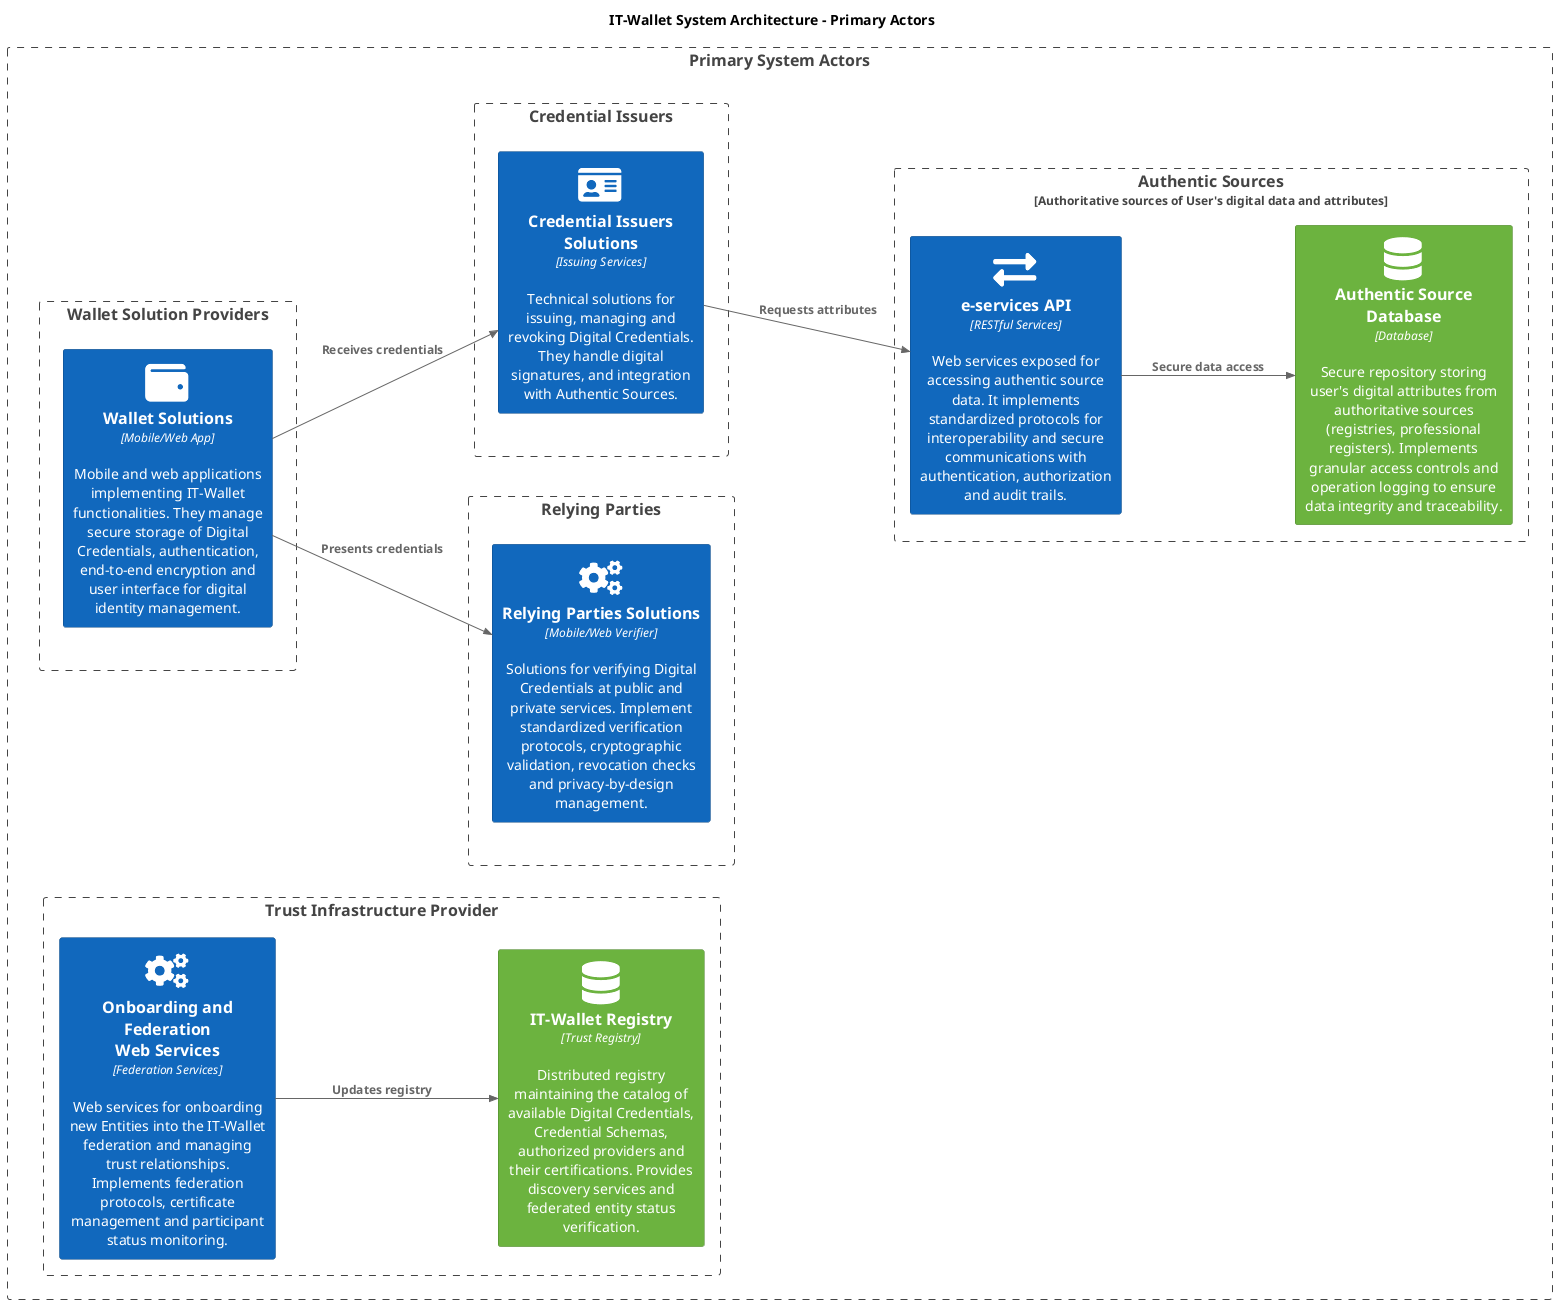
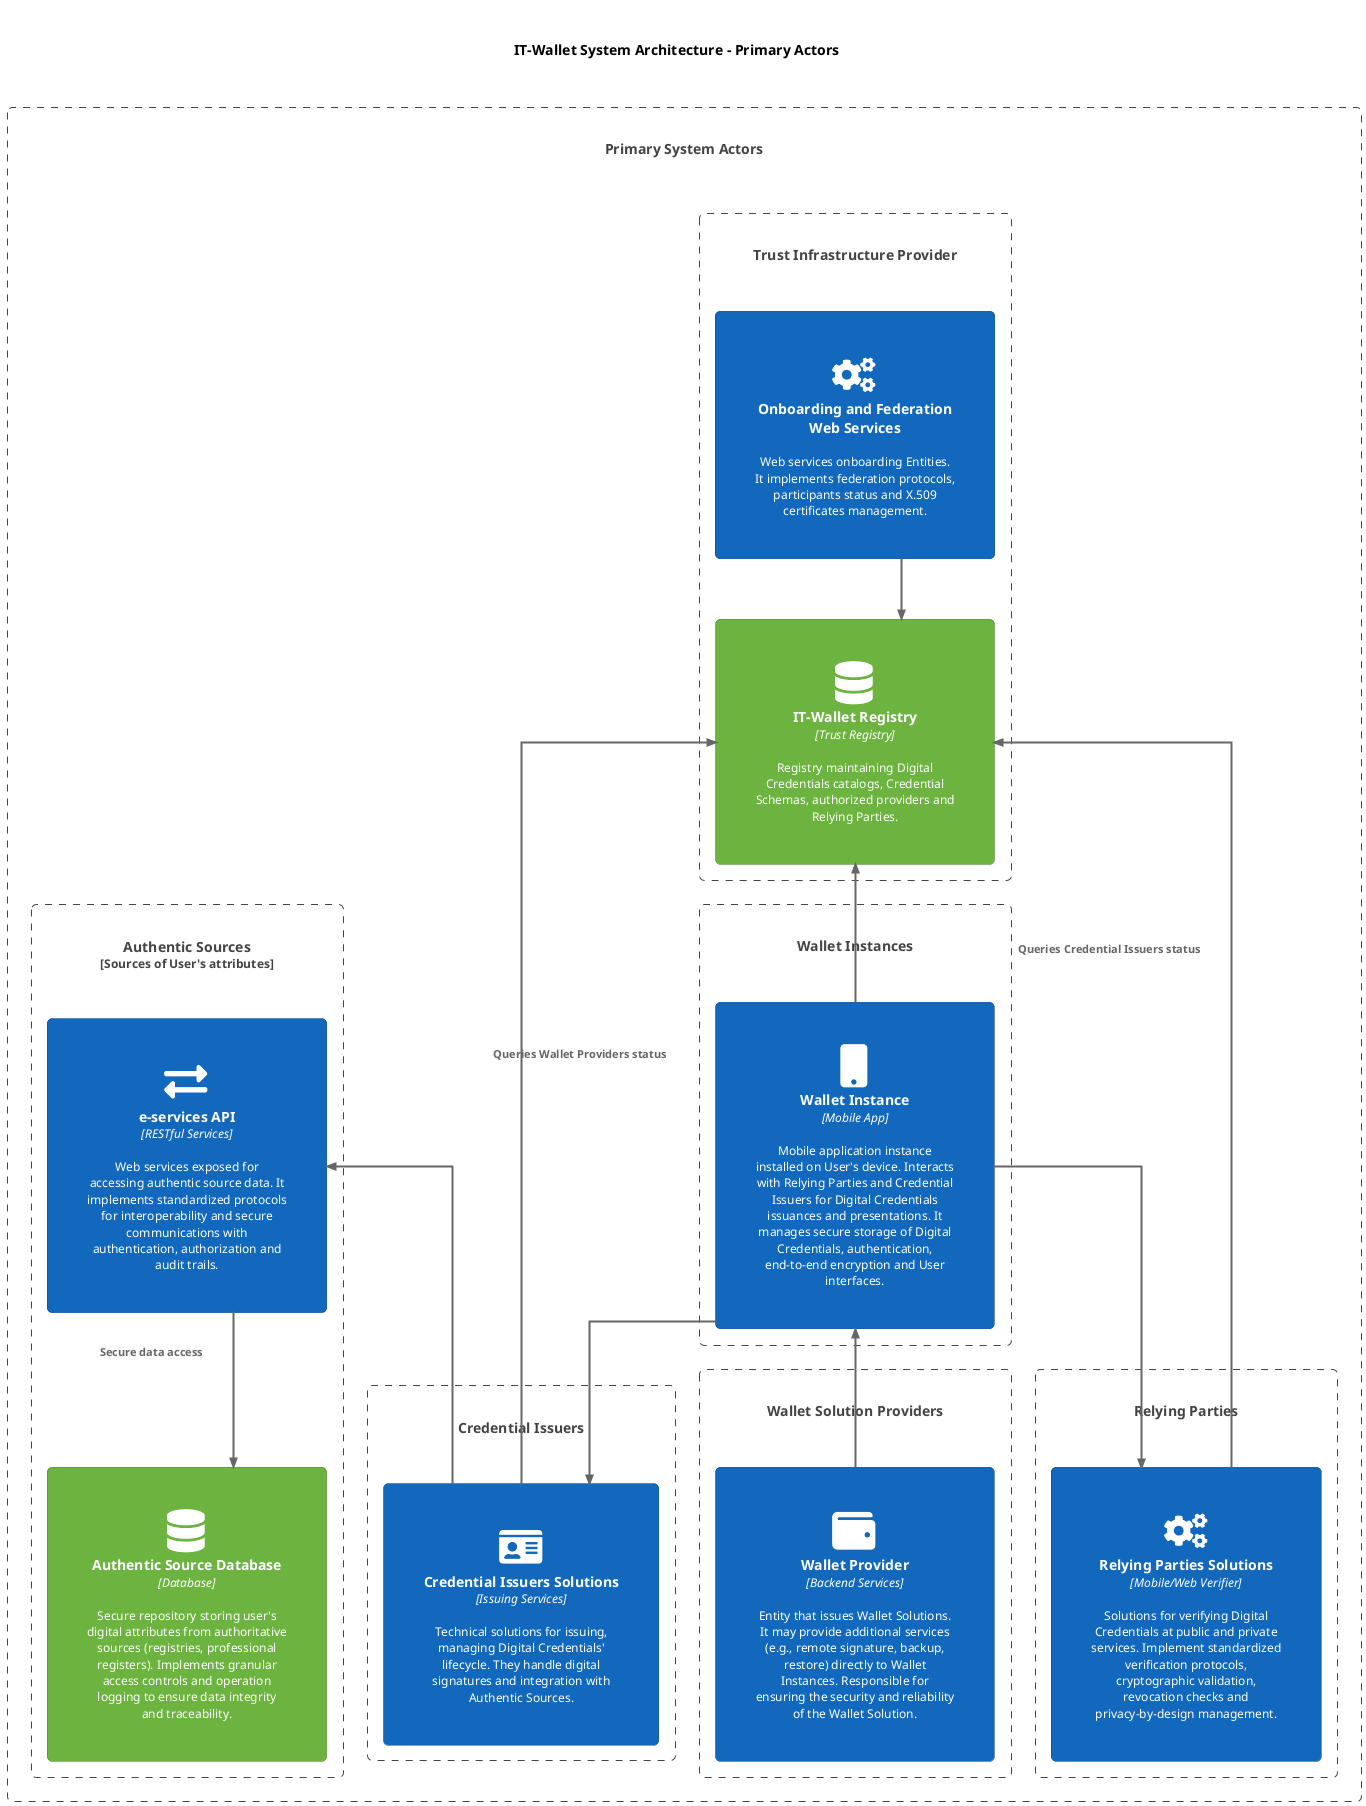
- @startuml IT-Wallet_System_Architecture_Primary
+ @startuml
!include <C4/C4_Component>
HIDE_STEREOTYPE()
- ' skinparam linetype ortho
- LAYOUT_LEFT_RIGHT()
- ' LAYOUT_TOP_DOWN()
+ skinparam linetype ortho
' Define SPRITES
!include <tupadr3/common>
!include <tupadr3/font-awesome-5/certificate>
!include <tupadr3/font-awesome-5/database>
!include <tupadr3/font-awesome-5/cogs>
!include <tupadr3/font-awesome-5/id_card>
!include <tupadr3/font-awesome-5/exchange_alt>
!include <tupadr3/font-awesome-5/wallet>
+ !include <tupadr3/font-awesome-5/mobile>
!include <tupadr3/font-awesome/institution>

' Custom styles
AddElementTag("external", $bgColor="#999999", $fontColor="white", $borderColor="grey")
AddElementTag("primary", $bgColor="#1168bd", $fontColor="white", $borderColor="#0b4884")
AddElementTag("tech", $bgColor="#6cb33f", $fontColor="white", $borderColor="#4a8329")
AddElementTag("governance", $bgColor="#8A398F", $fontColor="white", $borderColor="#55235A")

+ ' Enlarge diagram with spacing
+ skinparam padding 30
+ skinparam defaultFontSize 12
+ skinparam component {
+     Padding 25
+     Margin 25
+ }
+ skinparam container {
+     Padding 35
+     Margin 35
+ }
+ skinparam boundary {
+     Padding 50
+     Margin 50
+ }
+ skinparam arrow {
+     Thickness 2
+     FontSize 11
+ }
+ skinparam maxMessageSize 200
+ skinparam roundcorner 10
+ skinparam shadowing false
+ 
title IT-Wallet System Architecture - Primary Actors


- ' Primary Actors
Boundary(primary, "Primary System Actors") {
-     Boundary(authentic_sources, "Authentic Sources", "Authoritative sources of User's digital data and attributes"){
- 
-         Component(as_api, "e-services API", "RESTful Services", "Web services exposed for accessing authentic source data. It implements standardized protocols for interoperability and secure communications with authentication, authorization and audit trails.", $tags="primary", $sprite="exchange_alt")
- 
-         Component(as_db, "Authentic Source Database", "Database", "Secure repository storing user's digital attributes from authoritative sources (registries, professional registers). Implements granular access controls and operation logging to ensure data integrity and traceability.", $tags="tech", $sprite="database")
- 
-         Rel_D(as_api,as_db,"Secure data access")
- 
+     ' Row 1: Trust Infrastructure Provider and Authentic Sources
+     Boundary(ta, "Trust Infrastructure Provider", ""){
+         Component(ta_services, "Onboarding and Federation\nWeb Services", "", "Web services onboarding Entities. It implements federation protocols, participants status and X.509 certificates management.",$tags="primary", $sprite="cogs")
+         Component(trust_registry, "IT-Wallet Registry", "Trust Registry", "Registry maintaining Digital Credentials catalogs, Credential Schemas, authorized providers and Relying Parties.", $tags="tech", $sprite="database")
+         Rel_D(ta_services,trust_registry,"")
    }

-     ' Aligned providers on the same level
-     Boundary(wallet_provider, "Wallet Solution Providers", "") {
-         Container(ws, "Wallet Solutions", "Mobile/Web App", "Mobile and web applications implementing IT-Wallet functionalities. They manage secure storage of Digital Credentials, authentication, end-to-end encryption and user interface for digital identity management.", $tags="primary",$sprite="wallet")
+     Boundary(authentic_sources, "Authentic Sources", "Sources of User's attributes"){
+         Component(as_api, "e-services API", "RESTful Services", "Web services exposed for accessing authentic source data. It implements standardized protocols for interoperability and secure communications with authentication, authorization and audit trails.", $tags="primary", $sprite="exchange_alt")
+         Component(as_db, "Authentic Source Database", "Database", "Secure repository storing user's digital attributes from authoritative sources (registries, professional registers). Implements granular access controls and operation logging to ensure data integrity and traceability.", $tags="tech", $sprite="database")
+         Rel_D(as_api,as_db,"Secure data access")
    }

+     ' Row 2: Credential Issuers, Wallet Instance, Relying Parties
    Boundary(dc_provider, "Credential Issuers", "") {
-         Container(dc_solution, "Credential Issuers Solutions", "Issuing Services", "Technical solutions for issuing, managing and revoking Digital Credentials. They handle digital signatures, and integration with Authentic Sources.", $tags="primary",$sprite="id_card")
+         Container(dc_solution, "Credential Issuers Solutions", "Issuing Services", "Technical solutions for issuing, managing Digital Credentials' lifecycle. They handle digital signatures and integration with Authentic Sources.", $tags="primary",$sprite="id_card")
+     }
+ 
+     Boundary(wallet_instance_boundary, "Wallet Instances", "") {
+         Container(wi, "Wallet Instance", "Mobile App", "Mobile application instance installed on User's device. Interacts with Relying Parties and Credential Issuers for Digital Credentials issuances and presentations. It manages secure storage of Digital Credentials, authentication, end-to-end encryption and User interfaces.", $tags="primary",$sprite="mobile")
    }

    Boundary(rp_provider, "Relying Parties", "") {
        Container(rp_solution, "Relying Parties Solutions", "Mobile/Web Verifier", "Solutions for verifying Digital Credentials at public and private services. Implement standardized verification protocols, cryptographic validation, revocation checks and privacy-by-design management.", $tags="primary",$sprite="cogs")
    }

-     Boundary(ta, "Trust Infrastructure Provider", ""){
-         Component(ta_services, "Onboarding and Federation\nWeb Services", "Federation Services", "Web services for onboarding new Entities into the IT-Wallet federation and managing trust relationships. Implements federation protocols, certificate management and participant status monitoring.",$tags="primary", $sprite="cogs")
- 
-         Component(trust_registry, "IT-Wallet Registry", "Trust Registry", "Distributed registry maintaining the catalog of available Digital Credentials, Credential Schemas, authorized providers and their certifications. Provides discovery services and federated entity status verification.", $tags="tech", $sprite="database")
- 
-         Rel_D(ta_services,trust_registry,"Updates registry")
+     ' Row 3: Wallet Provider
+     Boundary(wallet_provider_boundary, "Wallet Solution Providers", "") {
+         Container(wp, "Wallet Provider", "Backend Services", "Entity that issues Wallet Solutions. It may provide additional services (e.g., remote signature, backup, restore) directly to Wallet Instances. Responsible for ensuring the security and reliability of the Wallet Solution.", $tags="primary",$sprite="wallet")
    }
- 
-     Lay_U(as_api,dc_provider)
-     Lay_U(dc_provider,wallet_provider)
-     Lay_U(wallet_provider,rp_provider)
-     Lay_U(rp_provider,ta_services)
}

+ ' Key relationships for architecture understanding
+ Rel_U(dc_solution, as_api, "")
+ Rel_U(wp, wi, "")
+ Rel(wi, dc_solution, "")
+ Rel(wi, rp_solution, "")
+ Rel_U(rp_solution, trust_registry, "Queries Credential Issuers status")
+ Rel_U(wi, trust_registry, "")
+ Rel_U(dc_solution, trust_registry, "Queries Wallet Providers status")

- ' Key relationships for architecture understanding
- Rel(dc_solution, as_api, "Requests attributes")
- Rel(ws, dc_solution, "Receives credentials")
- Rel(ws, rp_solution, "Presents credentials")
- 
- 
- 
- 
- @enduml+ ' Layout commands for horizontal inner elements
+ Lay_R(ta_services, trust_registry)
+ Lay_R(as_api, as_db)
+ @enduml
